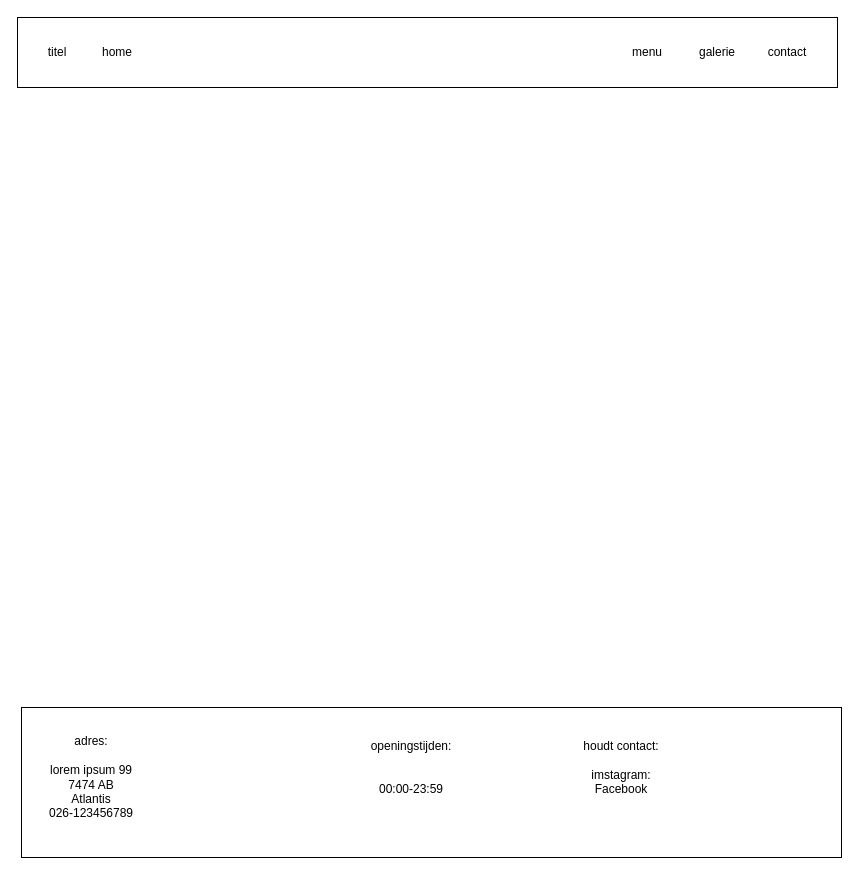
Before: page "contact" (4 of 4) of website-design.drawio in Yonaki51/webapplicatie-1-restaurant-website, a draw.io diagram. Source tidied: cells renumbered, new cells numbered last; positions are measured from the earlier drawing's top-left corner, leaving out a move shared by most shapes. Both pictures are drawn from the tidied source at 100%, with x=0, y=0 at pixel (17, 17).
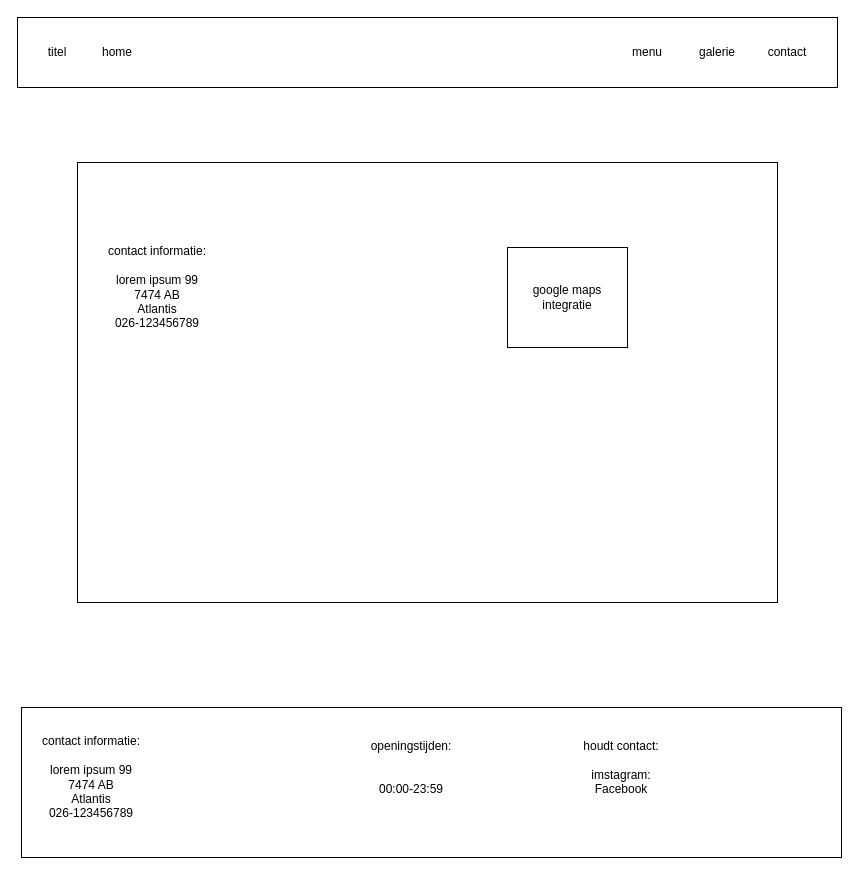
The same page after the edit.

Diff of the diagram source:
```diff
@@
 <mxGraphModel>
   <root>
     <mxCell id="0" />
     <mxCell id="1" parent="0" />
     <mxCell id="2" style="rounded=0;whiteSpace=wrap;html=1;" parent="1" vertex="1">
       <mxGeometry width="820" height="70" as="geometry" />
     </mxCell>
     <mxCell id="3" value="home" style="text;html=1;whiteSpace=wrap;strokeColor=none;fillColor=none;align=center;verticalAlign=middle;rounded=0;" parent="1" vertex="1">
       <mxGeometry x="70" y="20" width="60" height="30" as="geometry" />
     </mxCell>
     <mxCell id="4" value="menu" style="text;html=1;whiteSpace=wrap;strokeColor=none;fillColor=none;align=center;verticalAlign=middle;rounded=0;" parent="1" vertex="1">
       <mxGeometry x="600" y="20" width="60" height="30" as="geometry" />
     </mxCell>
     <mxCell id="5" value="galerie" style="text;html=1;whiteSpace=wrap;strokeColor=none;fillColor=none;align=center;verticalAlign=middle;rounded=0;" parent="1" vertex="1">
       <mxGeometry x="670" y="20" width="60" height="30" as="geometry" />
     </mxCell>
     <mxCell id="6" value="contact" style="text;html=1;whiteSpace=wrap;strokeColor=none;fillColor=none;align=center;verticalAlign=middle;rounded=0;" parent="1" vertex="1">
       <mxGeometry x="740" y="20" width="60" height="30" as="geometry" />
     </mxCell>
     <mxCell id="7" value="titel" style="text;html=1;whiteSpace=wrap;strokeColor=none;fillColor=none;align=center;verticalAlign=middle;rounded=0;" parent="1" vertex="1">
       <mxGeometry x="10" y="20" width="60" height="30" as="geometry" />
     </mxCell>
     <mxCell id="8" style="rounded=0;whiteSpace=wrap;html=1;" parent="1" vertex="1">
       <mxGeometry x="4" y="690" width="820" height="150" as="geometry" />
     </mxCell>
-    <mxCell id="9" value="adres:&lt;br&gt;&lt;br&gt;lorem ipsum 99&lt;br&gt;7474 AB&lt;br&gt;Atlantis&lt;br&gt;026-123456789" style="text;html=1;align=center;verticalAlign=middle;whiteSpace=wrap;rounded=0;" parent="1" vertex="1">
+    <mxCell id="9" value="contact informatie:&lt;br&gt;&lt;br&gt;lorem ipsum 99&lt;br&gt;7474 AB&lt;br&gt;Atlantis&lt;br&gt;026-123456789" style="text;html=1;align=center;verticalAlign=middle;whiteSpace=wrap;rounded=0;" parent="1" vertex="1">
       <mxGeometry x="14" y="730" width="120" height="60" as="geometry" />
     </mxCell>
     <mxCell id="10" value="openingstijden:&lt;br&gt;&lt;br&gt;&lt;br&gt;00:00-23:59" style="text;html=1;align=center;verticalAlign=middle;whiteSpace=wrap;rounded=0;" parent="1" vertex="1">
       <mxGeometry x="334" y="710" width="120" height="80" as="geometry" />
     </mxCell>
     <mxCell id="11" value="houdt contact:&lt;br&gt;&lt;br&gt;imstagram:&lt;br&gt;Facebook" style="text;html=1;align=center;verticalAlign=middle;whiteSpace=wrap;rounded=0;" parent="1" vertex="1">
       <mxGeometry x="564" y="730" width="80" height="40" as="geometry" />
     </mxCell>
+    <mxCell id="12" style="rounded=0;whiteSpace=wrap;html=1;" parent="1" vertex="1">
+      <mxGeometry x="60" y="145" width="700" height="440" as="geometry" />
+    </mxCell>
+    <mxCell id="13" value="contact informatie:&lt;br&gt;&lt;br&gt;lorem ipsum 99&lt;br&gt;7474 AB&lt;br&gt;Atlantis&lt;br&gt;026-123456789" style="text;html=1;align=center;verticalAlign=middle;whiteSpace=wrap;rounded=0;" parent="1" vertex="1">
+      <mxGeometry x="80" y="240" width="120" height="60" as="geometry" />
+    </mxCell>
+    <mxCell id="14" value="google maps integratie" style="rounded=0;whiteSpace=wrap;html=1;" parent="1" vertex="1">
+      <mxGeometry x="490" y="230" width="120" height="100" as="geometry" />
+    </mxCell>
   </root>
 </mxGraphModel>
```
